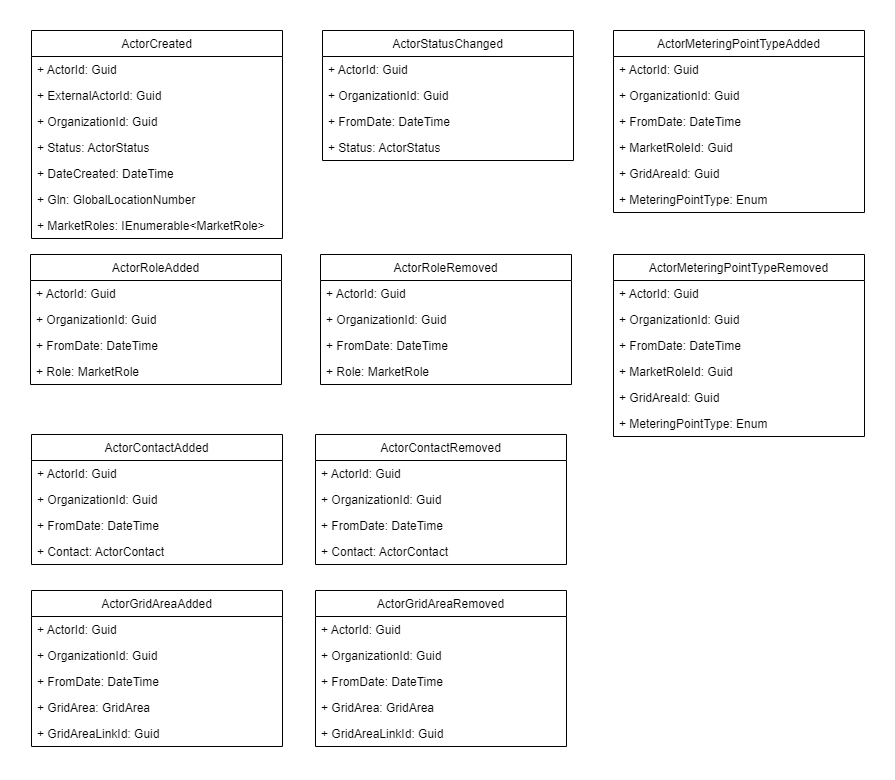
Energinet-DataHub/geh-market-participant keeps this draw.io diagram as docs/images/Actor_register-ActorIntegrationEvents.drawio.png. Above is the earlier version. Source tidied: cells renumbered, new cells last; positions are measured from the earlier drawing's top-left corner, leaving out a move shared by most shapes.
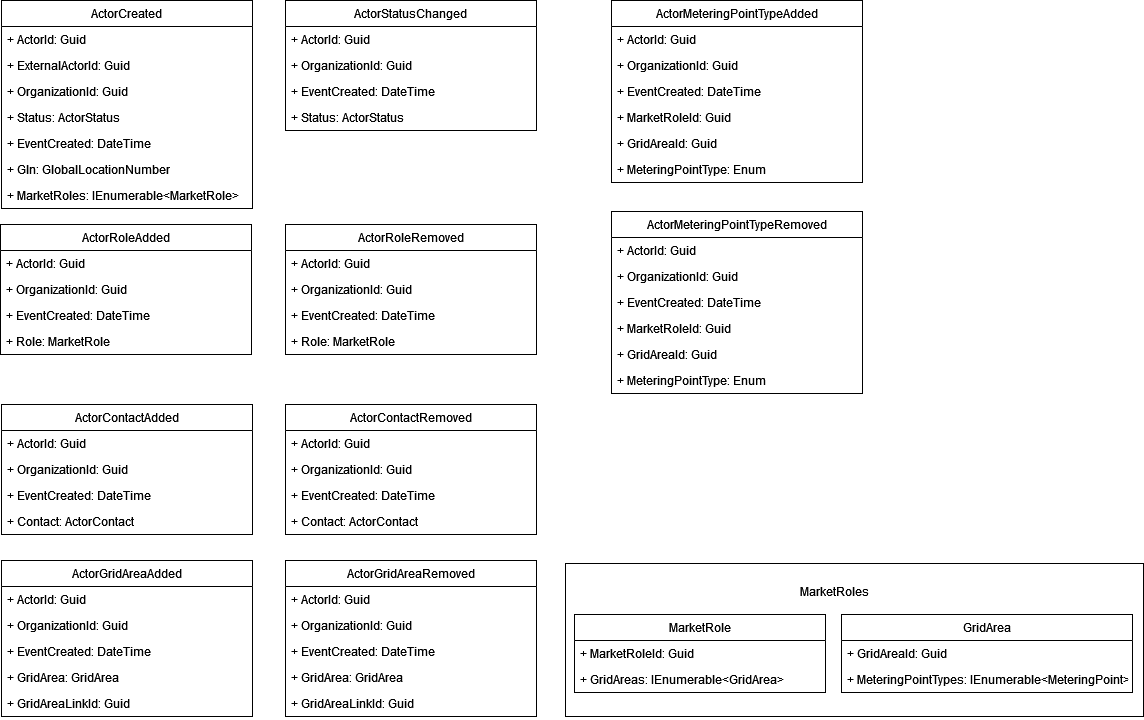
Above is the later version.

Change to the diagram source:
```diff
@@ -17,7 +17,7 @@
     <mxCell id="6" value="+ Status: ActorStatus" style="text;strokeColor=none;fillColor=none;align=left;verticalAlign=top;spacingLeft=4;spacingRight=4;overflow=hidden;" parent="2" vertex="1">
       <mxGeometry y="104" width="251" height="26" as="geometry" />
     </mxCell>
-    <mxCell id="7" value="+ DateCreated: DateTime" style="text;strokeColor=none;fillColor=none;align=left;verticalAlign=top;spacingLeft=4;spacingRight=4;overflow=hidden;" parent="2" vertex="1">
+    <mxCell id="7" value="+ EventCreated: DateTime" style="text;strokeColor=none;fillColor=none;align=left;verticalAlign=top;spacingLeft=4;spacingRight=4;overflow=hidden;" parent="2" vertex="1">
       <mxGeometry y="130" width="251" height="26" as="geometry" />
     </mxCell>
     <mxCell id="8" value="+ Gln: GlobalLocationNumber" style="text;strokeColor=none;fillColor=none;align=left;verticalAlign=top;spacingLeft=4;spacingRight=4;overflow=hidden;" parent="2" vertex="1">
@@ -27,7 +27,7 @@
       <mxGeometry y="182" width="251" height="26" as="geometry" />
     </mxCell>
     <mxCell id="10" value="ActorStatusChanged" style="swimlane;fontStyle=0;horizontal=1;startSize=26;fillColor=none;" parent="1" vertex="1">
-      <mxGeometry x="292" width="251" height="130" as="geometry" />
+      <mxGeometry x="285" width="251" height="130" as="geometry" />
     </mxCell>
     <mxCell id="11" value="+ ActorId: Guid" style="text;strokeColor=none;fillColor=none;align=left;verticalAlign=top;spacingLeft=4;spacingRight=4;overflow=hidden;" parent="10" vertex="1">
       <mxGeometry y="26" width="251" height="26" as="geometry" />
@@ -35,7 +35,7 @@
     <mxCell id="12" value="+ OrganizationId: Guid" style="text;strokeColor=none;fillColor=none;align=left;verticalAlign=top;spacingLeft=4;spacingRight=4;overflow=hidden;" parent="10" vertex="1">
       <mxGeometry y="52" width="251" height="26" as="geometry" />
     </mxCell>
-    <mxCell id="13" value="+ FromDate: DateTime" style="text;strokeColor=none;fillColor=none;align=left;verticalAlign=top;spacingLeft=4;spacingRight=4;overflow=hidden;" parent="10" vertex="1">
+    <mxCell id="13" value="+ EventCreated: DateTime" style="text;strokeColor=none;fillColor=none;align=left;verticalAlign=top;spacingLeft=4;spacingRight=4;overflow=hidden;" parent="10" vertex="1">
       <mxGeometry y="78" width="251" height="26" as="geometry" />
     </mxCell>
     <mxCell id="14" value="+ Status: ActorStatus" style="text;strokeColor=none;fillColor=none;align=left;verticalAlign=top;spacingLeft=4;spacingRight=4;overflow=hidden;" parent="10" vertex="1">
@@ -50,7 +50,7 @@
     <mxCell id="17" value="+ OrganizationId: Guid" style="text;strokeColor=none;fillColor=none;align=left;verticalAlign=top;spacingLeft=4;spacingRight=4;overflow=hidden;" parent="15" vertex="1">
       <mxGeometry y="52" width="251" height="26" as="geometry" />
     </mxCell>
-    <mxCell id="18" value="+ FromDate: DateTime" style="text;strokeColor=none;fillColor=none;align=left;verticalAlign=top;spacingLeft=4;spacingRight=4;overflow=hidden;" parent="15" vertex="1">
+    <mxCell id="18" value="+ EventCreated: DateTime" style="text;strokeColor=none;fillColor=none;align=left;verticalAlign=top;spacingLeft=4;spacingRight=4;overflow=hidden;" parent="15" vertex="1">
       <mxGeometry y="78" width="251" height="26" as="geometry" />
     </mxCell>
     <mxCell id="19" value="+ Role: MarketRole" style="text;strokeColor=none;fillColor=none;align=left;verticalAlign=top;spacingLeft=4;spacingRight=4;overflow=hidden;" parent="15" vertex="1">
@@ -65,7 +65,7 @@
     <mxCell id="22" value="+ OrganizationId: Guid" style="text;strokeColor=none;fillColor=none;align=left;verticalAlign=top;spacingLeft=4;spacingRight=4;overflow=hidden;" parent="20" vertex="1">
       <mxGeometry y="52" width="251" height="26" as="geometry" />
     </mxCell>
-    <mxCell id="23" value="+ FromDate: DateTime" style="text;strokeColor=none;fillColor=none;align=left;verticalAlign=top;spacingLeft=4;spacingRight=4;overflow=hidden;" parent="20" vertex="1">
+    <mxCell id="23" value="+ EventCreated: DateTime" style="text;strokeColor=none;fillColor=none;align=left;verticalAlign=top;spacingLeft=4;spacingRight=4;overflow=hidden;" parent="20" vertex="1">
       <mxGeometry y="78" width="251" height="26" as="geometry" />
     </mxCell>
     <mxCell id="24" value="+ GridArea: GridArea" style="text;strokeColor=none;fillColor=none;align=left;verticalAlign=top;spacingLeft=4;spacingRight=4;overflow=hidden;" parent="20" vertex="1">
@@ -75,7 +75,7 @@
       <mxGeometry y="130" width="251" height="26" as="geometry" />
     </mxCell>
     <mxCell id="26" value="ActorMeteringPointTypeAdded" style="swimlane;fontStyle=0;horizontal=1;startSize=26;fillColor=none;" parent="1" vertex="1">
-      <mxGeometry x="583" width="251" height="182" as="geometry" />
+      <mxGeometry x="611" width="251" height="182" as="geometry" />
     </mxCell>
     <mxCell id="27" value="+ ActorId: Guid" style="text;strokeColor=none;fillColor=none;align=left;verticalAlign=top;spacingLeft=4;spacingRight=4;overflow=hidden;" parent="26" vertex="1">
       <mxGeometry y="26" width="251" height="26" as="geometry" />
@@ -83,7 +83,7 @@
     <mxCell id="28" value="+ OrganizationId: Guid" style="text;strokeColor=none;fillColor=none;align=left;verticalAlign=top;spacingLeft=4;spacingRight=4;overflow=hidden;" parent="26" vertex="1">
       <mxGeometry y="52" width="251" height="26" as="geometry" />
     </mxCell>
-    <mxCell id="29" value="+ FromDate: DateTime" style="text;strokeColor=none;fillColor=none;align=left;verticalAlign=top;spacingLeft=4;spacingRight=4;overflow=hidden;" parent="26" vertex="1">
+    <mxCell id="29" value="+ EventCreated: DateTime" style="text;strokeColor=none;fillColor=none;align=left;verticalAlign=top;spacingLeft=4;spacingRight=4;overflow=hidden;" parent="26" vertex="1">
       <mxGeometry y="78" width="251" height="26" as="geometry" />
     </mxCell>
     <mxCell id="30" value="+ MarketRoleId: Guid" style="text;strokeColor=none;fillColor=none;align=left;verticalAlign=top;spacingLeft=4;spacingRight=4;overflow=hidden;" parent="26" vertex="1">
@@ -95,6 +95,30 @@
     <mxCell id="32" value="+ MeteringPointType: Enum" style="text;strokeColor=none;fillColor=none;align=left;verticalAlign=top;spacingLeft=4;spacingRight=4;overflow=hidden;" parent="26" vertex="1">
       <mxGeometry y="156" width="251" height="26" as="geometry" />
     </mxCell>
+    <mxCell id="61" style="rounded=0;whiteSpace=wrap;html=1;" parent="1" vertex="1">
+      <mxGeometry x="565" y="563" width="578" height="153" as="geometry" />
+    </mxCell>
+    <mxCell id="62" value="MarketRole" style="swimlane;fontStyle=0;horizontal=1;startSize=26;fillColor=none;" parent="1" vertex="1">
+      <mxGeometry x="574" y="614" width="251" height="78" as="geometry" />
+    </mxCell>
+    <mxCell id="63" value="+ MarketRoleId: Guid" style="text;strokeColor=none;fillColor=none;align=left;verticalAlign=top;spacingLeft=4;spacingRight=4;overflow=hidden;" parent="62" vertex="1">
+      <mxGeometry y="26" width="251" height="26" as="geometry" />
+    </mxCell>
+    <mxCell id="64" value="+ GridAreas: IEnumerable&lt;GridArea&gt;" style="text;strokeColor=none;fillColor=none;align=left;verticalAlign=top;spacingLeft=4;spacingRight=4;overflow=hidden;" parent="62" vertex="1">
+      <mxGeometry y="52" width="251" height="26" as="geometry" />
+    </mxCell>
+    <mxCell id="65" value="GridArea" style="swimlane;fontStyle=0;horizontal=1;startSize=26;fillColor=none;" parent="1" vertex="1">
+      <mxGeometry x="841" y="614" width="291" height="78" as="geometry" />
+    </mxCell>
+    <mxCell id="66" value="+ GridAreaId: Guid" style="text;strokeColor=none;fillColor=none;align=left;verticalAlign=top;spacingLeft=4;spacingRight=4;overflow=hidden;" parent="65" vertex="1">
+      <mxGeometry y="26" width="291" height="26" as="geometry" />
+    </mxCell>
+    <mxCell id="67" value="+ MeteringPointTypes: IEnumerable&lt;MeteringPoint&gt;" style="text;strokeColor=none;fillColor=none;align=left;verticalAlign=top;spacingLeft=4;spacingRight=4;overflow=hidden;" parent="65" vertex="1">
+      <mxGeometry y="52" width="291" height="26" as="geometry" />
+    </mxCell>
+    <mxCell id="68" value="MarketRoles" style="text;html=1;strokeColor=none;fillColor=none;align=center;verticalAlign=middle;whiteSpace=wrap;rounded=0;" parent="1" vertex="1">
+      <mxGeometry x="804" y="576" width="60" height="30" as="geometry" />
+    </mxCell>
     <mxCell id="33" value="ActorContactAdded" style="swimlane;fontStyle=0;horizontal=1;startSize=26;fillColor=none;" parent="1" vertex="1">
       <mxGeometry x="1" y="404" width="251" height="130" as="geometry" />
     </mxCell>
@@ -104,7 +128,7 @@
     <mxCell id="35" value="+ OrganizationId: Guid" style="text;strokeColor=none;fillColor=none;align=left;verticalAlign=top;spacingLeft=4;spacingRight=4;overflow=hidden;" parent="33" vertex="1">
       <mxGeometry y="52" width="251" height="26" as="geometry" />
     </mxCell>
-    <mxCell id="36" value="+ FromDate: DateTime" style="text;strokeColor=none;fillColor=none;align=left;verticalAlign=top;spacingLeft=4;spacingRight=4;overflow=hidden;" parent="33" vertex="1">
+    <mxCell id="36" value="+ EventCreated: DateTime" style="text;strokeColor=none;fillColor=none;align=left;verticalAlign=top;spacingLeft=4;spacingRight=4;overflow=hidden;" parent="33" vertex="1">
       <mxGeometry y="78" width="251" height="26" as="geometry" />
     </mxCell>
     <mxCell id="37" value="+ Contact: ActorContact" style="text;strokeColor=none;fillColor=none;align=left;verticalAlign=top;spacingLeft=4;spacingRight=4;overflow=hidden;" parent="33" vertex="1">
@@ -119,14 +143,14 @@
     <mxCell id="40" value="+ OrganizationId: Guid" style="text;strokeColor=none;fillColor=none;align=left;verticalAlign=top;spacingLeft=4;spacingRight=4;overflow=hidden;" parent="38" vertex="1">
       <mxGeometry y="52" width="251" height="26" as="geometry" />
     </mxCell>
-    <mxCell id="41" value="+ FromDate: DateTime" style="text;strokeColor=none;fillColor=none;align=left;verticalAlign=top;spacingLeft=4;spacingRight=4;overflow=hidden;" parent="38" vertex="1">
+    <mxCell id="41" value="+ EventCreated: DateTime" style="text;strokeColor=none;fillColor=none;align=left;verticalAlign=top;spacingLeft=4;spacingRight=4;overflow=hidden;" parent="38" vertex="1">
       <mxGeometry y="78" width="251" height="26" as="geometry" />
     </mxCell>
     <mxCell id="42" value="+ Contact: ActorContact" style="text;strokeColor=none;fillColor=none;align=left;verticalAlign=top;spacingLeft=4;spacingRight=4;overflow=hidden;" parent="38" vertex="1">
       <mxGeometry y="104" width="251" height="26" as="geometry" />
     </mxCell>
     <mxCell id="43" value="ActorRoleRemoved" style="swimlane;fontStyle=0;horizontal=1;startSize=26;fillColor=none;" parent="1" vertex="1">
-      <mxGeometry x="290" y="224" width="251" height="130" as="geometry" />
+      <mxGeometry x="285" y="224" width="251" height="130" as="geometry" />
     </mxCell>
     <mxCell id="44" value="+ ActorId: Guid" style="text;strokeColor=none;fillColor=none;align=left;verticalAlign=top;spacingLeft=4;spacingRight=4;overflow=hidden;" parent="43" vertex="1">
       <mxGeometry y="26" width="251" height="26" as="geometry" />
@@ -134,14 +158,14 @@
     <mxCell id="45" value="+ OrganizationId: Guid" style="text;strokeColor=none;fillColor=none;align=left;verticalAlign=top;spacingLeft=4;spacingRight=4;overflow=hidden;" parent="43" vertex="1">
       <mxGeometry y="52" width="251" height="26" as="geometry" />
     </mxCell>
-    <mxCell id="46" value="+ FromDate: DateTime" style="text;strokeColor=none;fillColor=none;align=left;verticalAlign=top;spacingLeft=4;spacingRight=4;overflow=hidden;" parent="43" vertex="1">
+    <mxCell id="46" value="+ EventCreated: DateTime" style="text;strokeColor=none;fillColor=none;align=left;verticalAlign=top;spacingLeft=4;spacingRight=4;overflow=hidden;" parent="43" vertex="1">
       <mxGeometry y="78" width="251" height="26" as="geometry" />
     </mxCell>
     <mxCell id="47" value="+ Role: MarketRole" style="text;strokeColor=none;fillColor=none;align=left;verticalAlign=top;spacingLeft=4;spacingRight=4;overflow=hidden;" parent="43" vertex="1">
       <mxGeometry y="104" width="251" height="26" as="geometry" />
     </mxCell>
     <mxCell id="48" value="ActorMeteringPointTypeRemoved" style="swimlane;fontStyle=0;horizontal=1;startSize=26;fillColor=none;" parent="1" vertex="1">
-      <mxGeometry x="583" y="224" width="251" height="182" as="geometry" />
+      <mxGeometry x="611" y="211" width="251" height="182" as="geometry" />
     </mxCell>
     <mxCell id="49" value="+ ActorId: Guid" style="text;strokeColor=none;fillColor=none;align=left;verticalAlign=top;spacingLeft=4;spacingRight=4;overflow=hidden;" parent="48" vertex="1">
       <mxGeometry y="26" width="251" height="26" as="geometry" />
@@ -149,7 +173,7 @@
     <mxCell id="50" value="+ OrganizationId: Guid" style="text;strokeColor=none;fillColor=none;align=left;verticalAlign=top;spacingLeft=4;spacingRight=4;overflow=hidden;" parent="48" vertex="1">
       <mxGeometry y="52" width="251" height="26" as="geometry" />
     </mxCell>
-    <mxCell id="51" value="+ FromDate: DateTime" style="text;strokeColor=none;fillColor=none;align=left;verticalAlign=top;spacingLeft=4;spacingRight=4;overflow=hidden;" parent="48" vertex="1">
+    <mxCell id="51" value="+ EventCreated: DateTime" style="text;strokeColor=none;fillColor=none;align=left;verticalAlign=top;spacingLeft=4;spacingRight=4;overflow=hidden;" parent="48" vertex="1">
       <mxGeometry y="78" width="251" height="26" as="geometry" />
     </mxCell>
     <mxCell id="52" value="+ MarketRoleId: Guid" style="text;strokeColor=none;fillColor=none;align=left;verticalAlign=top;spacingLeft=4;spacingRight=4;overflow=hidden;" parent="48" vertex="1">
@@ -170,7 +194,7 @@
     <mxCell id="57" value="+ OrganizationId: Guid" style="text;strokeColor=none;fillColor=none;align=left;verticalAlign=top;spacingLeft=4;spacingRight=4;overflow=hidden;" parent="55" vertex="1">
       <mxGeometry y="52" width="251" height="26" as="geometry" />
     </mxCell>
-    <mxCell id="58" value="+ FromDate: DateTime" style="text;strokeColor=none;fillColor=none;align=left;verticalAlign=top;spacingLeft=4;spacingRight=4;overflow=hidden;" parent="55" vertex="1">
+    <mxCell id="58" value="+ EventCreated: DateTime" style="text;strokeColor=none;fillColor=none;align=left;verticalAlign=top;spacingLeft=4;spacingRight=4;overflow=hidden;" parent="55" vertex="1">
       <mxGeometry y="78" width="251" height="26" as="geometry" />
     </mxCell>
     <mxCell id="59" value="+ GridArea: GridArea" style="text;strokeColor=none;fillColor=none;align=left;verticalAlign=top;spacingLeft=4;spacingRight=4;overflow=hidden;" parent="55" vertex="1">
```
